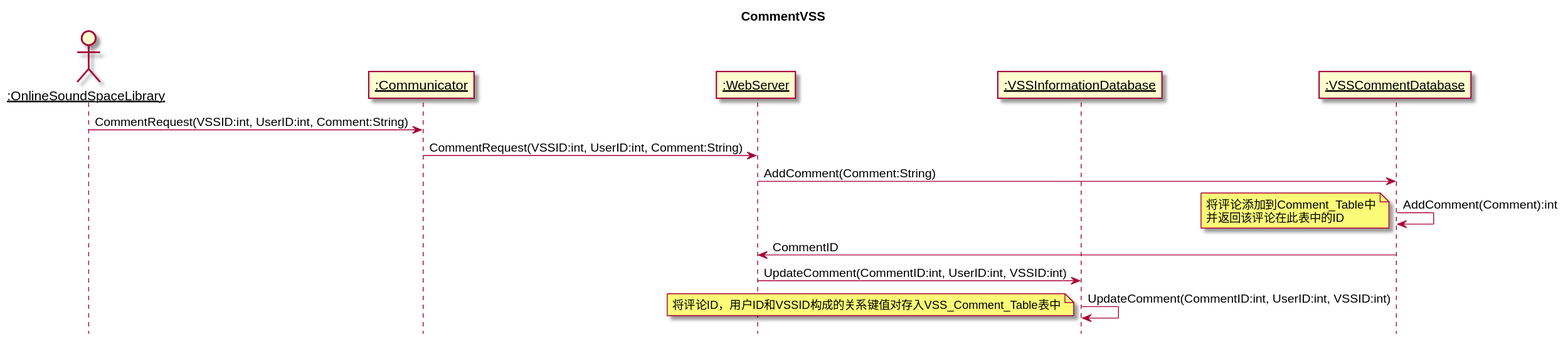
Above: 设计/Diagrams/CommentVSSServerSequenceDiagram.svg in kpp19920121/doc (PlantUML), before the change. Its diagram source:
```plantuml
@startuml Diagrams/CommentVSSServerSequenceDiagram
title CommentVSS
hide footbox
skinparam sequenceParticipant underline
actor ":OnlineSoundSpaceLibrary" as Client
participant ":Communicator" as Communicator
participant ":WebServer" as WebServer
participant ":VSSInformationDatabase" as VSSInformationDatabase
participant ":VSSCommentDatabase" as VSSCommentDatabase
Client->Communicator:CommentRequest(VSSID:int, UserID:int, Comment:String)
Communicator->WebServer:CommentRequest(VSSID:int, UserID:int, Comment:String)
WebServer->VSSCommentDatabase:AddComment(Comment:String)
VSSCommentDatabase->VSSCommentDatabase:AddComment(Comment):int
note left: 将评论添加到Comment_Table中\n并返回该评论在此表中的ID
VSSCommentDatabase->WebServer:CommentID
WebServer->VSSInformationDatabase:UpdateComment(CommentID:int, UserID:int, VSSID:int)
VSSInformationDatabase->VSSInformationDatabase:UpdateComment(CommentID:int, UserID:int, VSSID:int)
note left: 将评论ID，用户ID和VSSID构成的关系键值对存入VSS_Comment_Table表中
@enduml
```
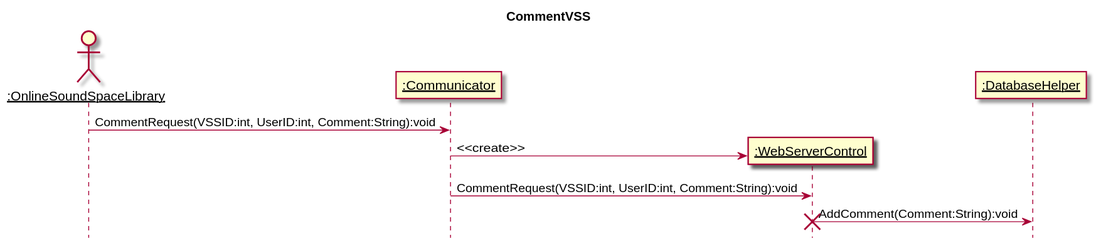
After the change.

Change to the diagram source:
```diff
@@ -4,16 +4,12 @@
 skinparam sequenceParticipant underline
 actor ":OnlineSoundSpaceLibrary" as Client
 participant ":Communicator" as Communicator
-participant ":WebServer" as WebServer
-participant ":VSSInformationDatabase" as VSSInformationDatabase
-participant ":VSSCommentDatabase" as VSSCommentDatabase
-Client->Communicator:CommentRequest(VSSID:int, UserID:int, Comment:String)
-Communicator->WebServer:CommentRequest(VSSID:int, UserID:int, Comment:String)
-WebServer->VSSCommentDatabase:AddComment(Comment:String)
-VSSCommentDatabase->VSSCommentDatabase:AddComment(Comment):int
-note left: 将评论添加到Comment_Table中\n并返回该评论在此表中的ID
-VSSCommentDatabase->WebServer:CommentID
-WebServer->VSSInformationDatabase:UpdateComment(CommentID:int, UserID:int, VSSID:int)
-VSSInformationDatabase->VSSInformationDatabase:UpdateComment(CommentID:int, UserID:int, VSSID:int)
-note left: 将评论ID，用户ID和VSSID构成的关系键值对存入VSS_Comment_Table表中
+participant ":WebServerControl" as WebServer
+participant ":DatabaseHelper" as VSSInformationDatabase
+Client->Communicator:CommentRequest(VSSID:int, UserID:int, Comment:String):void
+create WebServer
+Communicator->WebServer:<<create>>
+Communicator->WebServer:CommentRequest(VSSID:int, UserID:int, Comment:String):void
+WebServer->VSSInformationDatabase:AddComment(Comment:String):void
+destroy WebServer
 @enduml
```
